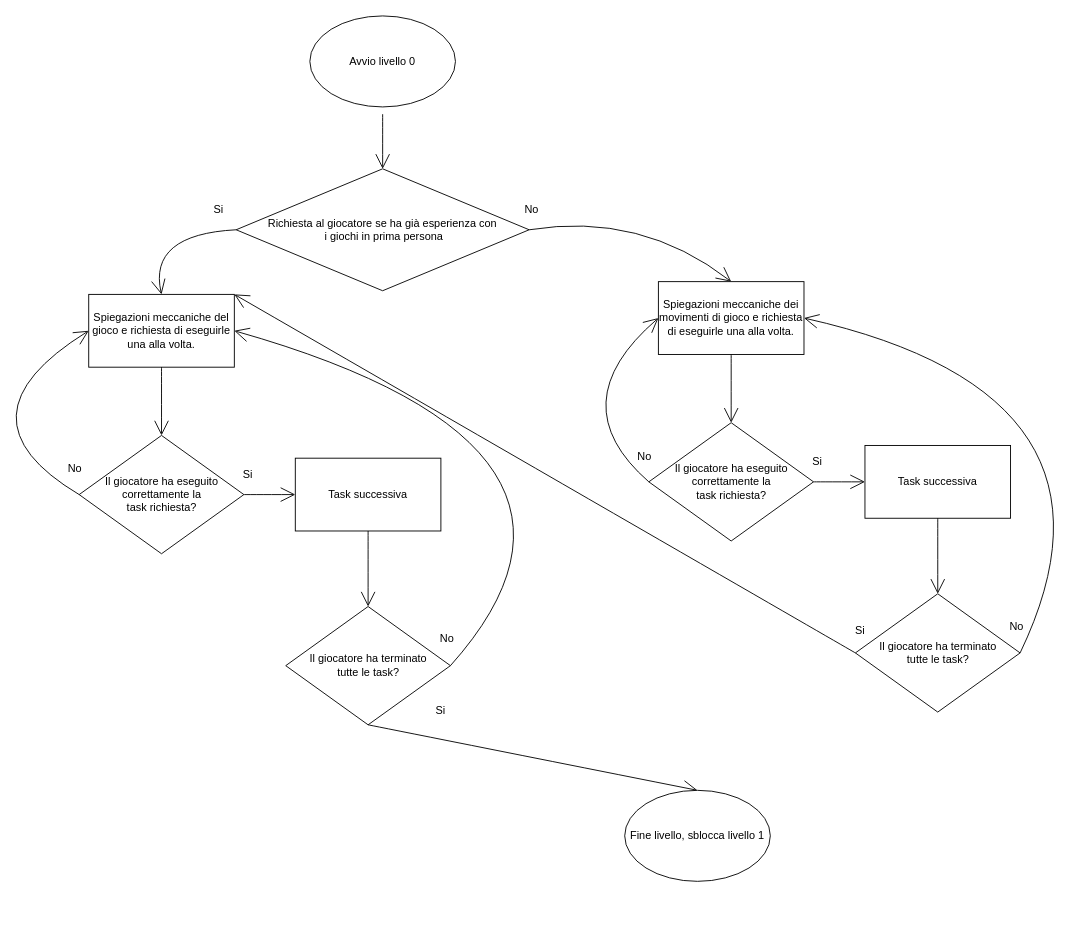
Earlier version of the draw.io diagram doc/Progetti Drawio/FlowChart/FlowchartLivello0.drawio (zSavT/Healthy-Catering). Source tidied: cells renumbered, new cells numbered last; positions are measured from the earlier drawing's top-left corner, leaving out a move shared by most shapes. Both pictures are drawn from the tidied source at 91%, with x=0, y=0 at pixel (-51, 15).
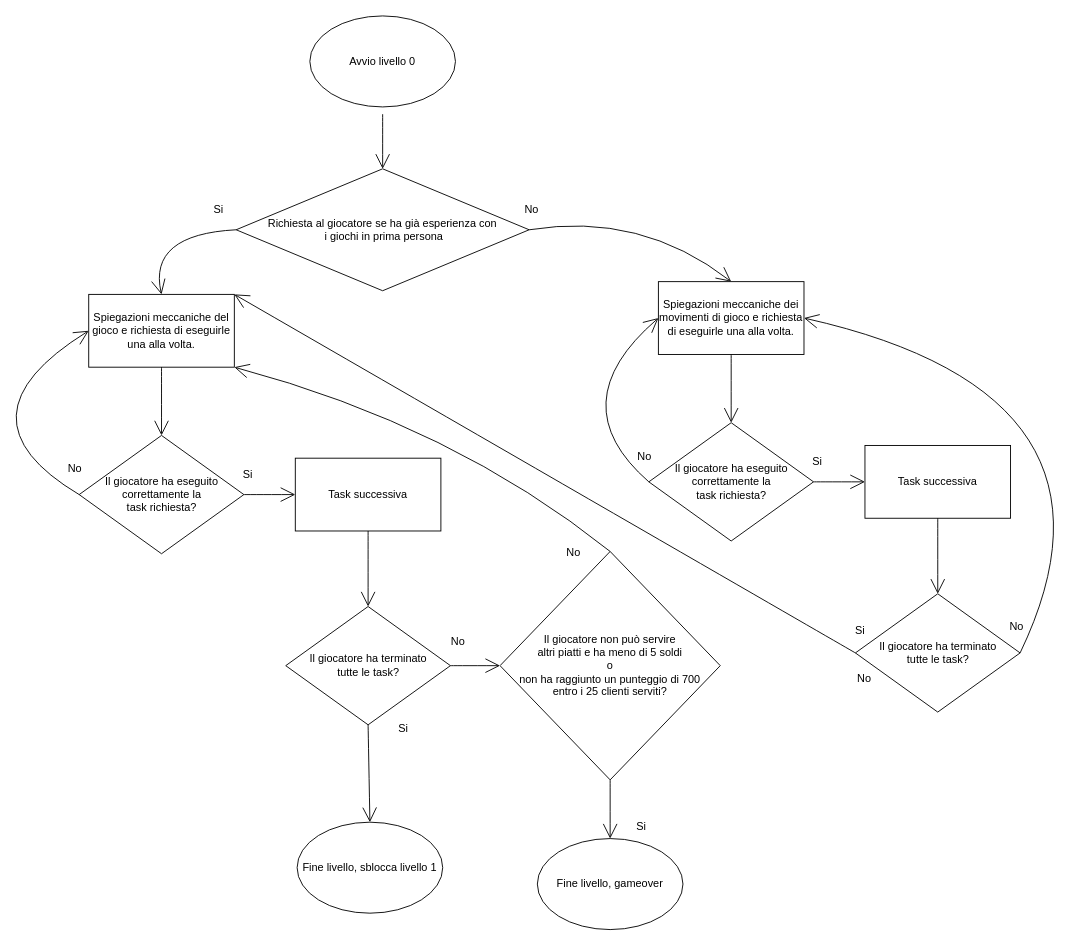
The same diagram, later.

Unchanged cells that the change refers to:
```xml
<mxCell id="5" value="Spiegazioni meccaniche del gioco e richiesta di eseguirle una alla volta." style="rounded=0;whiteSpace=wrap;html=1;hachureGap=4;fontSize=12;" parent="1" vertex="1">
  <mxGeometry x="153" y="306" width="160" height="80" as="geometry" />
</mxCell>
<mxCell id="17" value="Il giocatore ha terminato&lt;br&gt;tutte le task?" style="rhombus;whiteSpace=wrap;html=1;hachureGap=4;fontSize=12;" parent="1" vertex="1">
  <mxGeometry x="369.5" y="649" width="181" height="130" as="geometry" />
</mxCell>
```

Change to the diagram source:
```diff
@@
-    <mxCell id="20" style="edgeStyle=none;jettySize=auto;html=1;rounded=0;fontSize=12;endArrow=open;startSize=14;endSize=14;sourcePerimeterSpacing=8;targetPerimeterSpacing=8;curved=1;exitX=1;exitY=0.5;exitDx=0;exitDy=0;entryX=1;entryY=0.5;entryDx=0;entryDy=0;" parent="1" edge="1" source="17" target="5">
-      <mxGeometry relative="1" as="geometry">
-        <Array as="points">
-          <mxPoint x="765" y="474" />
-        </Array>
-      </mxGeometry>
-    </mxCell>
     <mxCell id="21" value="No" style="text;strokeColor=none;fillColor=none;html=1;align=center;verticalAlign=middle;whiteSpace=wrap;rounded=0;hachureGap=4;fontSize=12;" parent="1" vertex="1">
-      <mxGeometry x="517" y="670" width="60" height="30" as="geometry" />
+      <mxGeometry x="529" y="673" width="60" height="30" as="geometry" />
     </mxCell>
     <mxCell id="22" value="Fine livello, sblocca livello 1" style="ellipse;whiteSpace=wrap;html=1;hachureGap=4;fontSize=12;" parent="1" vertex="1">
-      <mxGeometry x="742" y="851" width="160" height="100" as="geometry" />
+      <mxGeometry x="382" y="886" width="160" height="100" as="geometry" />
     </mxCell>
@@
     <mxCell id="35" value="Si" style="text;strokeColor=none;fillColor=none;html=1;align=center;verticalAlign=middle;whiteSpace=wrap;rounded=0;hachureGap=4;fontSize=12;" parent="1" vertex="1">
-      <mxGeometry x="510" y="749" width="60" height="30" as="geometry" />
+      <mxGeometry x="469" y="768" width="60" height="30" as="geometry" />
     </mxCell>
@@
+    <mxCell id="38" value="Il giocatore non può servire &lt;br&gt;altri piatti e ha meno di 5 soldi &lt;br&gt;o &lt;br&gt;non ha raggiunto un punteggio di 700&lt;br&gt;entro i 25 clienti serviti?" style="rhombus;whiteSpace=wrap;html=1;hachureGap=4;fontSize=12;" parent="1" vertex="1">
+      <mxGeometry x="605" y="588.5" width="242" height="251" as="geometry" />
+    </mxCell>
+    <mxCell id="39" style="edgeStyle=none;jettySize=auto;html=1;rounded=0;fontSize=12;endArrow=open;startSize=14;endSize=14;sourcePerimeterSpacing=8;targetPerimeterSpacing=8;curved=1;exitX=0.5;exitY=1;exitDx=0;exitDy=0;entryX=0.5;entryY=0;entryDx=0;entryDy=0;" parent="1" edge="1" source="38" target="41">
+      <mxGeometry relative="1" as="geometry" />
+    </mxCell>
+    <mxCell id="40" value="Si" style="text;html=1;align=center;verticalAlign=middle;strokeColor=none;fillColor=none;hachureGap=4;" parent="1" vertex="1">
+      <mxGeometry x="745" y="878" width="29" height="26" as="geometry" />
+    </mxCell>
+    <mxCell id="41" value="Fine livello, gameover" style="ellipse;whiteSpace=wrap;html=1;hachureGap=4;fontSize=12;" parent="1" vertex="1">
+      <mxGeometry x="646" y="904" width="160" height="100" as="geometry" />
+    </mxCell>
+    <mxCell id="42" value="No" style="text;html=1;align=center;verticalAlign=middle;strokeColor=none;fillColor=none;hachureGap=4;" parent="1" vertex="1">
+      <mxGeometry x="988" y="715" width="33" height="26" as="geometry" />
+    </mxCell>
+    <mxCell id="43" style="edgeStyle=none;jettySize=auto;html=1;rounded=0;fontSize=12;endArrow=open;startSize=14;endSize=14;sourcePerimeterSpacing=8;targetPerimeterSpacing=8;curved=1;exitX=1;exitY=0.5;exitDx=0;exitDy=0;entryX=0;entryY=0.5;entryDx=0;entryDy=0;" parent="1" edge="1" source="17" target="38">
+      <mxGeometry relative="1" as="geometry" />
+    </mxCell>
+    <mxCell id="44" style="edgeStyle=none;jettySize=auto;html=1;rounded=0;fontSize=12;endArrow=open;startSize=14;endSize=14;sourcePerimeterSpacing=8;targetPerimeterSpacing=8;curved=1;exitX=0.5;exitY=0;exitDx=0;exitDy=0;entryX=1;entryY=1;entryDx=0;entryDy=0;" parent="1" edge="1" source="38" target="5">
+      <mxGeometry relative="1" as="geometry">
+        <Array as="points">
+          <mxPoint x="553" y="450" />
+        </Array>
+      </mxGeometry>
+    </mxCell>
+    <mxCell id="45" value="No" style="text;strokeColor=none;fillColor=none;html=1;align=center;verticalAlign=middle;whiteSpace=wrap;rounded=0;hachureGap=4;fontSize=12;" parent="1" vertex="1">
+      <mxGeometry x="656" y="575" width="60" height="30" as="geometry" />
+    </mxCell>
```
